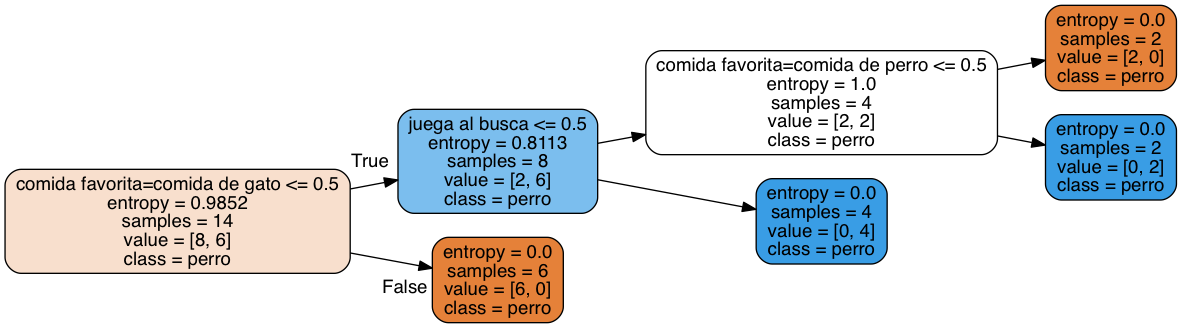
Before: ml_miguel/perro_gato_tree.png, a diagram exported from Graphviz (PyDataMallorca/WS_Introduction_to_data_science). Its source is kept beside it as ml_miguel/perro_gato_tree.dot. Source of this version:
```dot
digraph Tree {
node [shape=box, style="filled, rounded", color="black", fontname=helvetica] ;
edge [fontname=helvetica] ;
rankdir=LR ;
0 [label="comida favorita=comida de gato <= 0.5\nentropy = 0.9852\nsamples = 14\nvalue = [8, 6]\nclass = perro", fillcolor="#e5813940"] ;
1 [label="juega al busca <= 0.5\nentropy = 0.8113\nsamples = 8\nvalue = [2, 6]\nclass = perro", fillcolor="#399de5aa"] ;
0 -> 1 [labeldistance=2.5, labelangle=-45, headlabel="True"] ;
2 [label="comida favorita=comida de perro <= 0.5\nentropy = 1.0\nsamples = 4\nvalue = [2, 2]\nclass = perro", fillcolor="#e5813900"] ;
1 -> 2 ;
3 [label="entropy = 0.0\nsamples = 2\nvalue = [2, 0]\nclass = perro", fillcolor="#e58139ff"] ;
2 -> 3 ;
4 [label="entropy = 0.0\nsamples = 2\nvalue = [0, 2]\nclass = perro", fillcolor="#399de5ff"] ;
2 -> 4 ;
5 [label="entropy = 0.0\nsamples = 4\nvalue = [0, 4]\nclass = perro", fillcolor="#399de5ff"] ;
1 -> 5 ;
6 [label="entropy = 0.0\nsamples = 6\nvalue = [6, 0]\nclass = perro", fillcolor="#e58139ff"] ;
0 -> 6 [labeldistance=2.5, labelangle=45, headlabel="False"] ;
}
```
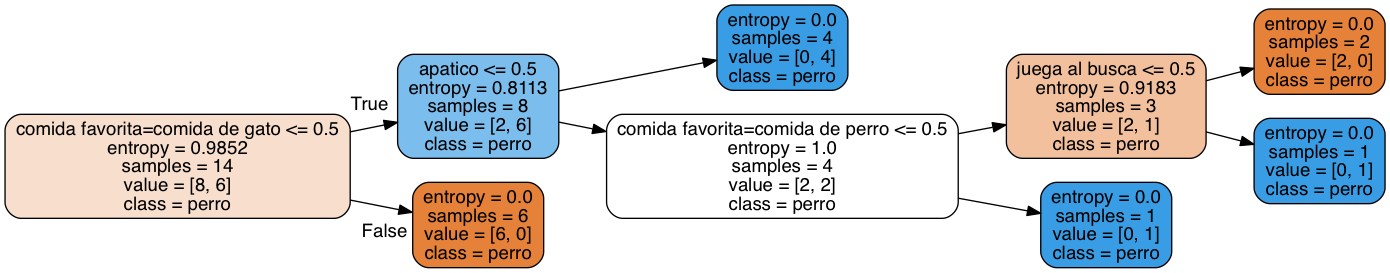
After the commit.

Change to the diagram source:
```diff
@@ -3,16 +3,20 @@
 edge [fontname=helvetica] ;
 rankdir=LR ;
 0 [label="comida favorita=comida de gato <= 0.5\nentropy = 0.9852\nsamples = 14\nvalue = [8, 6]\nclass = perro", fillcolor="#e5813940"] ;
-1 [label="juega al busca <= 0.5\nentropy = 0.8113\nsamples = 8\nvalue = [2, 6]\nclass = perro", fillcolor="#399de5aa"] ;
+1 [label="apatico <= 0.5\nentropy = 0.8113\nsamples = 8\nvalue = [2, 6]\nclass = perro", fillcolor="#399de5aa"] ;
 0 -> 1 [labeldistance=2.5, labelangle=-45, headlabel="True"] ;
-2 [label="comida favorita=comida de perro <= 0.5\nentropy = 1.0\nsamples = 4\nvalue = [2, 2]\nclass = perro", fillcolor="#e5813900"] ;
+2 [label="entropy = 0.0\nsamples = 4\nvalue = [0, 4]\nclass = perro", fillcolor="#399de5ff"] ;
 1 -> 2 ;
-3 [label="entropy = 0.0\nsamples = 2\nvalue = [2, 0]\nclass = perro", fillcolor="#e58139ff"] ;
-2 -> 3 ;
-4 [label="entropy = 0.0\nsamples = 2\nvalue = [0, 2]\nclass = perro", fillcolor="#399de5ff"] ;
-2 -> 4 ;
-5 [label="entropy = 0.0\nsamples = 4\nvalue = [0, 4]\nclass = perro", fillcolor="#399de5ff"] ;
-1 -> 5 ;
-6 [label="entropy = 0.0\nsamples = 6\nvalue = [6, 0]\nclass = perro", fillcolor="#e58139ff"] ;
-0 -> 6 [labeldistance=2.5, labelangle=45, headlabel="False"] ;
+3 [label="comida favorita=comida de perro <= 0.5\nentropy = 1.0\nsamples = 4\nvalue = [2, 2]\nclass = perro", fillcolor="#e5813900"] ;
+1 -> 3 ;
+4 [label="juega al busca <= 0.5\nentropy = 0.9183\nsamples = 3\nvalue = [2, 1]\nclass = perro", fillcolor="#e581397f"] ;
+3 -> 4 ;
+5 [label="entropy = 0.0\nsamples = 2\nvalue = [2, 0]\nclass = perro", fillcolor="#e58139ff"] ;
+4 -> 5 ;
+6 [label="entropy = 0.0\nsamples = 1\nvalue = [0, 1]\nclass = perro", fillcolor="#399de5ff"] ;
+4 -> 6 ;
+7 [label="entropy = 0.0\nsamples = 1\nvalue = [0, 1]\nclass = perro", fillcolor="#399de5ff"] ;
+3 -> 7 ;
+8 [label="entropy = 0.0\nsamples = 6\nvalue = [6, 0]\nclass = perro", fillcolor="#e58139ff"] ;
+0 -> 8 [labeldistance=2.5, labelangle=45, headlabel="False"] ;
 }
```
